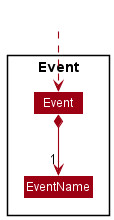
This is docs/images/EventClassDiagram.png from ryanongra/tp, a PlantUML export, as it was before one commit. The source it was exported from:
```plantuml
@startuml
!include style.puml
skinparam arrowThickness 1.1
skinparam arrowColor MODEL_COLOR
skinparam classBackgroundColor MODEL_COLOR

Package Event <<Rectangle>>{
class Event
class EventName
}

Class HiddenOutside #FFFFFF
HiddenOutside ..> Event

Event *--> "1" EventName
@enduml
```
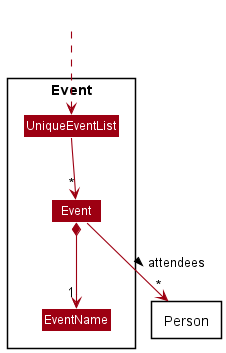
Above is the later version.

Commit message:
Update dg after event attendee ui implementation

Diff of the diagram source:
```diff
@@ -5,12 +5,19 @@
 skinparam classBackgroundColor MODEL_COLOR
 
 Package Event <<Rectangle>>{
+class UniqueEventList
 class Event
 class EventName
 }
 
+package Person <<Rectangle>>{
+
+}
+
 Class HiddenOutside #FFFFFF
-HiddenOutside ..> Event
+HiddenOutside ..> UniqueEventList
 
+UniqueEventList --> "*" Event
 Event *--> "1" EventName
+Event --> "*" Person :> attendees
 @enduml
```
